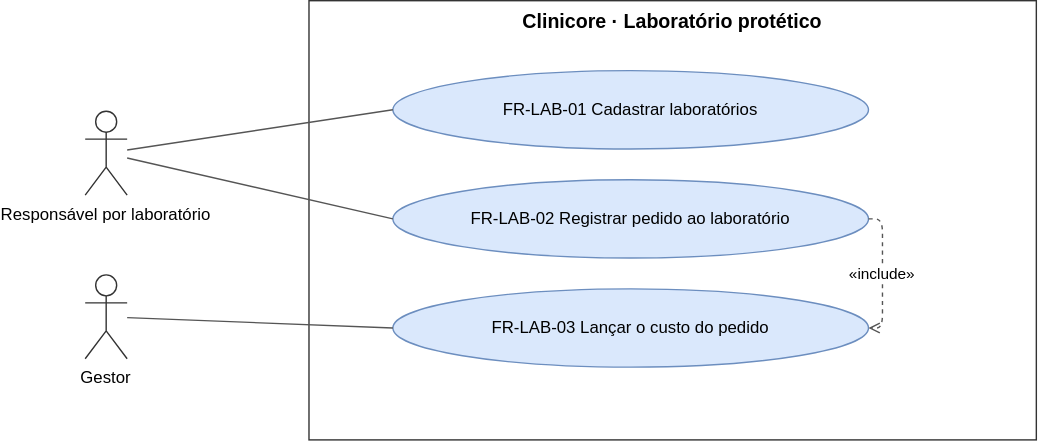
TheoOdawara/clinicore keeps this draw.io diagram as docs/requirements/diagrams/use-cases-lab.drawio.svg. Above is the earlier version. Source tidied: cells renumbered, new cells last; positions are measured from the earlier drawing's top-left corner, leaving out a move shared by most shapes.
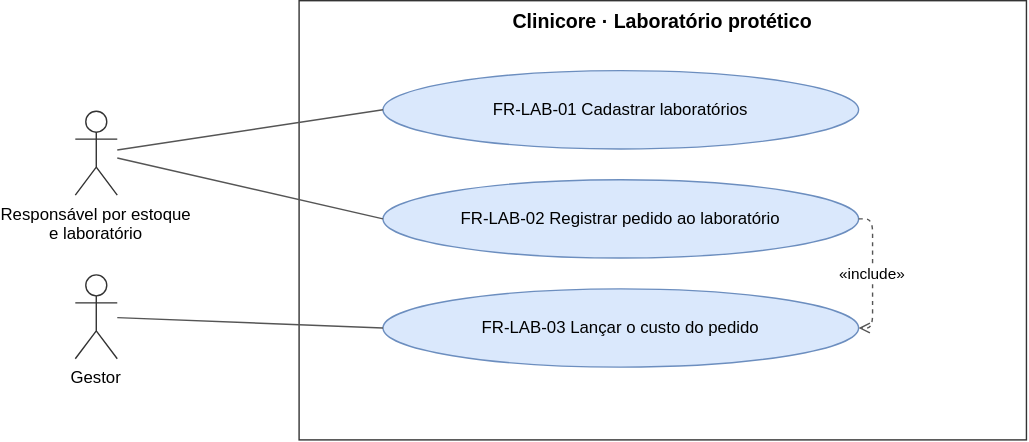
The same diagram one commit later.

Diff of the diagram source:
```diff
@@ -14,7 +14,7 @@
     <mxCell id="5" value="FR-LAB-03 Lançar o custo do pedido" style="ellipse;whiteSpace=wrap;html=0;fillColor=#dae8fc;strokeColor=#6c8ebf;fontSize=12;" parent="1" vertex="1">
       <mxGeometry x="220" y="206" width="340" height="56" as="geometry" />
     </mxCell>
-    <mxCell id="6" value="Responsável por laboratório" style="shape=umlActor;verticalLabelPosition=bottom;verticalAlign=top;html=0;outlineConnect=0;fillColor=#ffffff;strokeColor=#333333;fontSize=12;" parent="1" vertex="1">
+    <mxCell id="6" value="Responsável por estoque&#10;e laboratório" style="shape=umlActor;verticalLabelPosition=bottom;verticalAlign=top;html=0;outlineConnect=0;fillColor=#ffffff;strokeColor=#333333;fontSize=12;" parent="1" vertex="1">
       <mxGeometry y="79" width="30" height="60" as="geometry" />
     </mxCell>
     <mxCell id="7" style="endArrow=none;html=0;strokeColor=#555555;entryX=0;entryY=0.5;entryDx=0;entryDy=0;" parent="1" edge="1" source="6" target="3">
```
